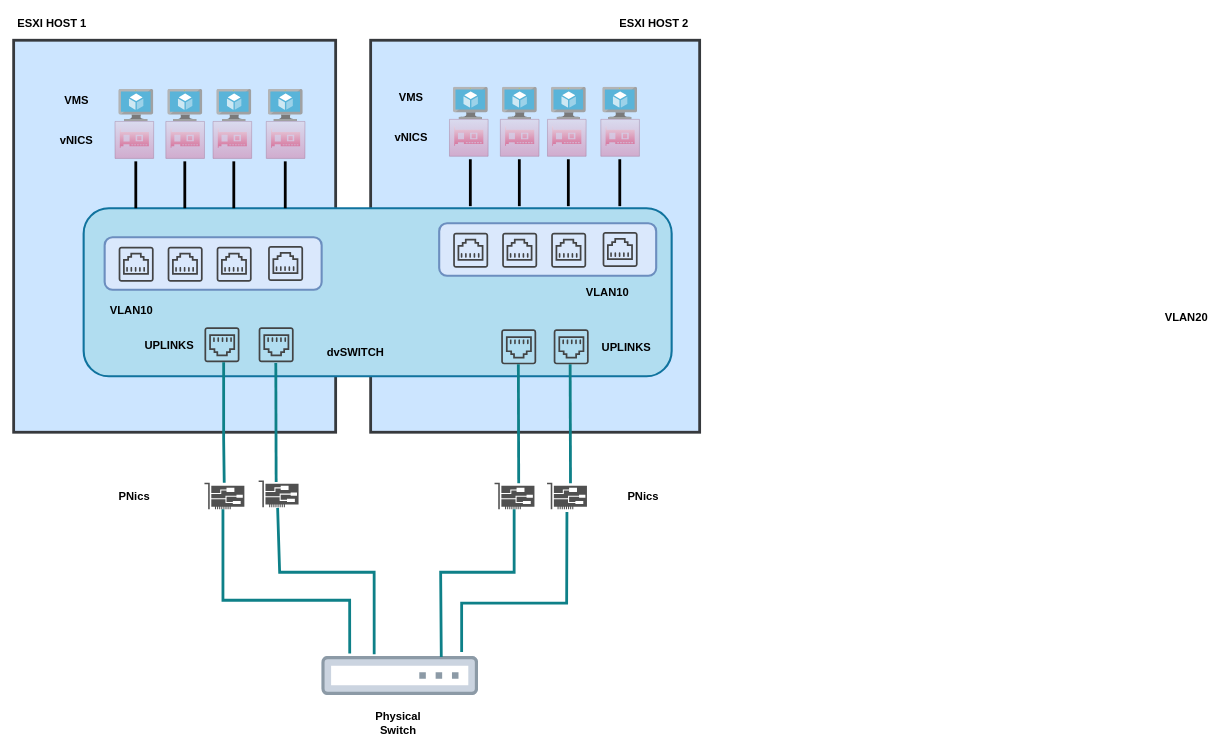
This is CCNP 350-401 ENCOR/02 - Virtualization/09 - Virtual Switching/Imagens/VDS.drawio from alcancil/Cisco, a draw.io file, before an edit. Source tidied: cells renumbered, new cells numbered last; positions are measured from the earlier drawing's top-left corner, leaving out a move shared by most shapes. Both pictures are drawn from the tidied source at 70%, with x=0, y=0 at pixel (13, 12).
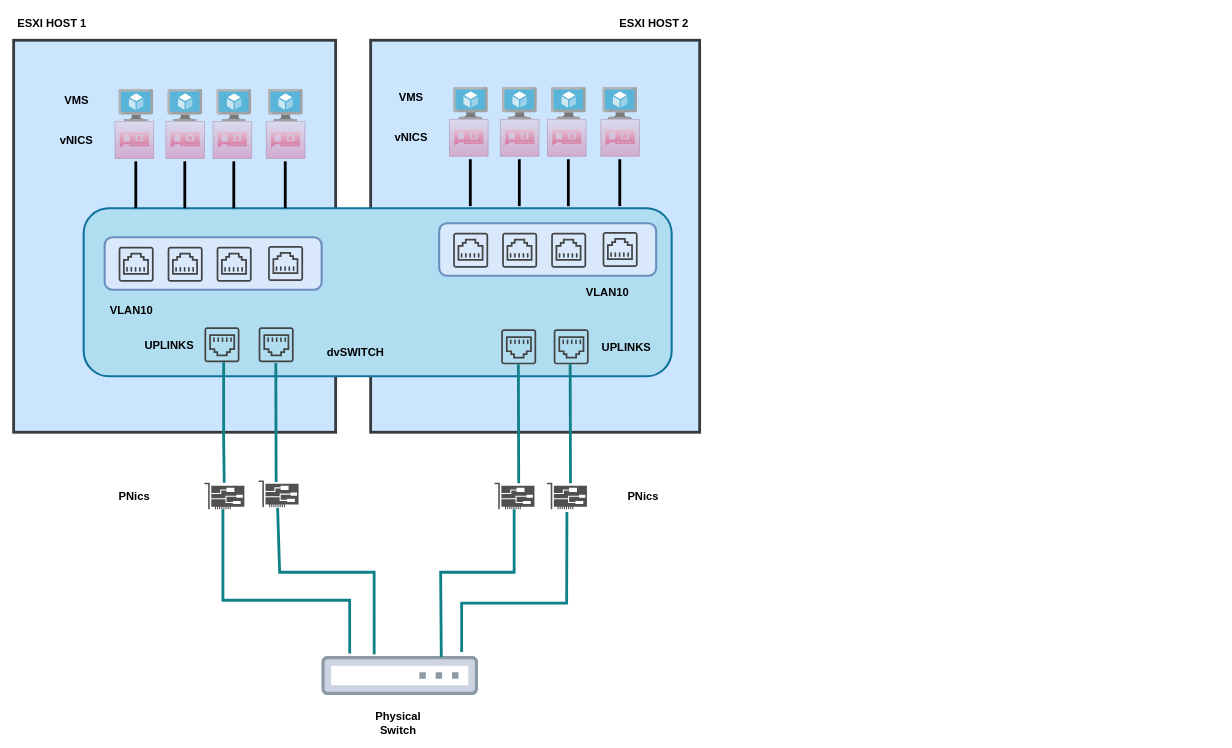
After the change.

Commit message (it also covers changes not shown here):
Alterado o arquivo readme.md

What changed in the source:
```diff
@@
-    <mxCell id="60" value="VLAN20" style="text;html=1;strokeColor=none;fillColor=none;align=center;verticalAlign=middle;whiteSpace=wrap;rounded=0;fontSize=16;fontStyle=1;" parent="1" vertex="1">
-      <mxGeometry x="1626.6" y="420" width="96.5" height="30" as="geometry" />
-    </mxCell>
```
